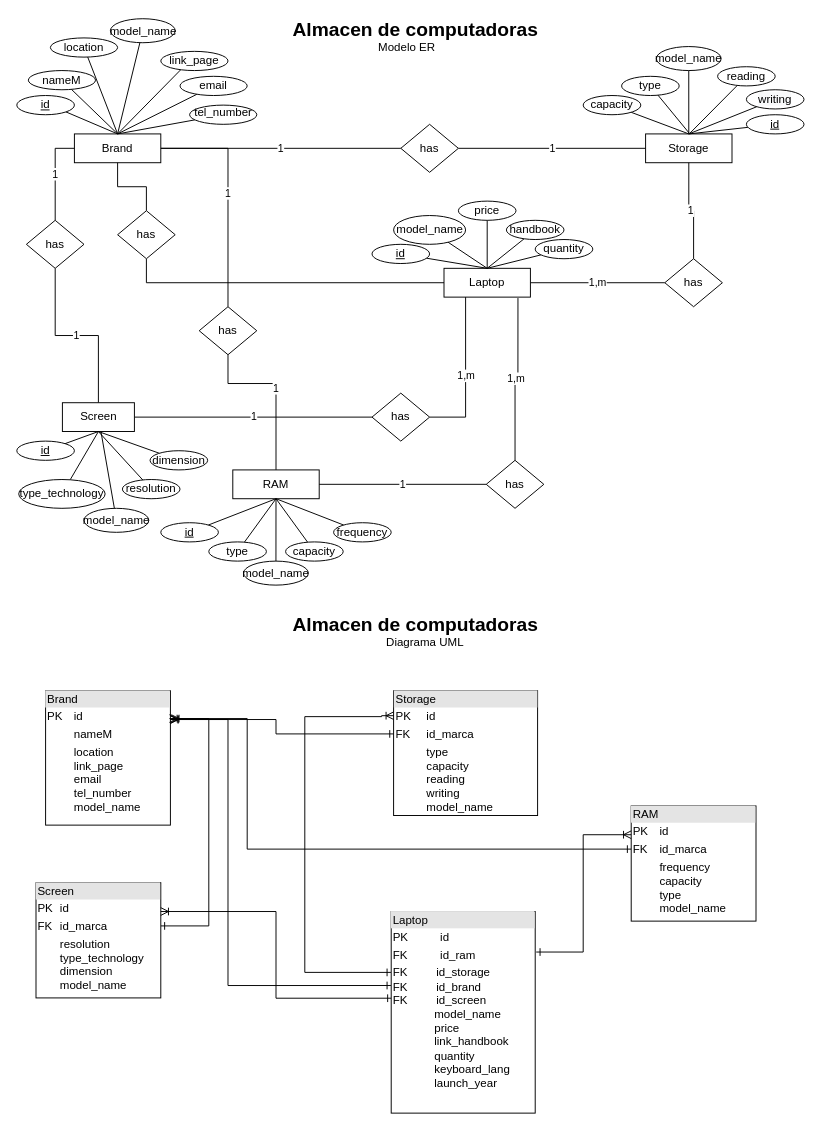
Earlier version of the draw.io diagram Diagrama.drawio (agchavez/DB_tarea_1). Source tidied: cells renumbered, new cells numbered last; positions are measured from the earlier drawing's top-left corner, leaving out a move shared by most shapes. Both pictures are drawn from the tidied source at 96%, with x=0, y=0 at pixel (16, 18).
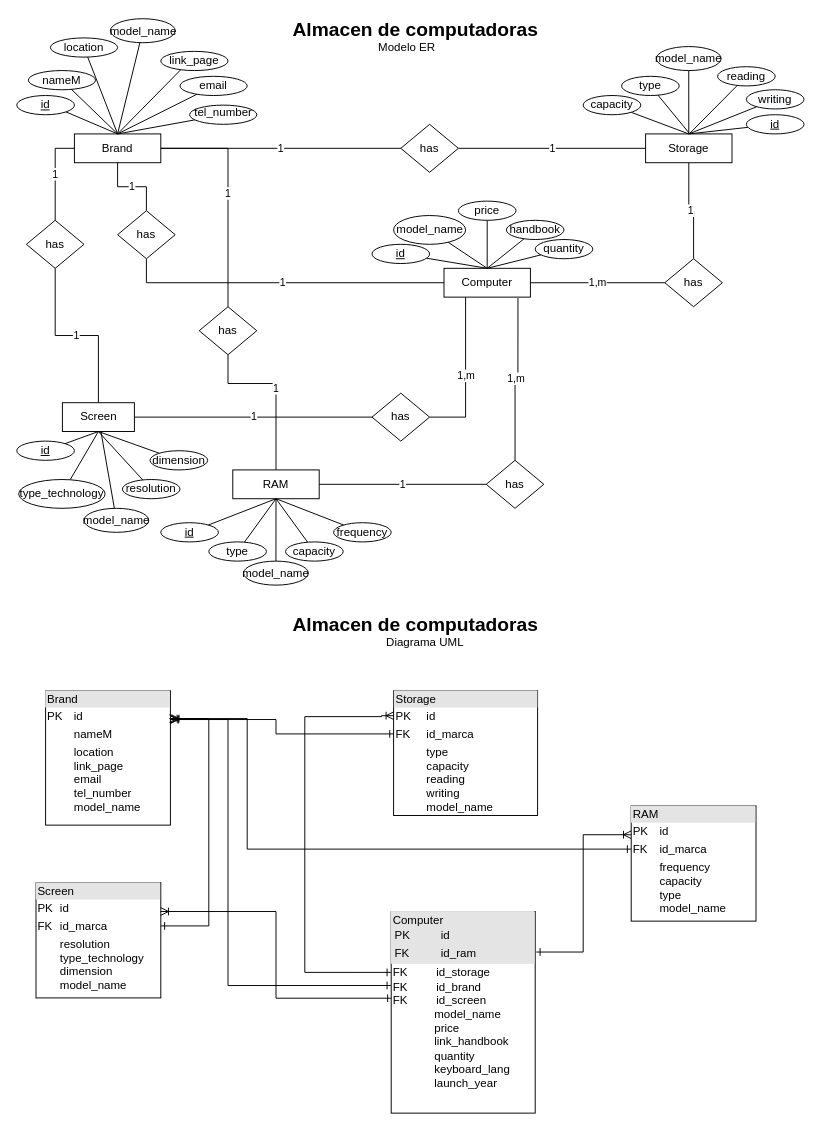
The same page after the edit.

Unchanged cells that the change refers to:
```xml
<mxCell id="5" value="Brand" style="rounded=0;whiteSpace=wrap;html=1;" parent="1" vertex="1">
  <mxGeometry x="60" y="120" width="90" height="30" as="geometry" />
</mxCell>
<mxCell id="19" value="has" style="rhombus;whiteSpace=wrap;html=1;" parent="1" vertex="1">
  <mxGeometry x="105" y="200" width="60" height="50" as="geometry" />
</mxCell>
```

Change to the diagram source:
```diff
@@
-    <mxCell id="12" style="edgeStyle=orthogonalEdgeStyle;rounded=0;jettySize=auto;html=1;entryX=0.5;entryY=1;entryDx=0;entryDy=0;endArrow=none;endFill=0;" parent="1" edge="1" source="15" target="19">
+    <mxCell id="12" value="1" style="edgeStyle=orthogonalEdgeStyle;rounded=0;jettySize=auto;html=1;entryX=0.5;entryY=1;entryDx=0;entryDy=0;endArrow=none;endFill=0;" parent="1" edge="1" source="15" target="19">
       <mxGeometry relative="1" as="geometry" />
     </mxCell>
@@
-    <mxCell id="15" value="Laptop" style="rounded=0;whiteSpace=wrap;html=1;" parent="1" vertex="1">
+    <mxCell id="15" value="Computer" style="rounded=0;whiteSpace=wrap;html=1;" parent="1" vertex="1">
       <mxGeometry x="445" y="260" width="90" height="30" as="geometry" />
     </mxCell>
@@
-    <mxCell id="18" style="edgeStyle=orthogonalEdgeStyle;rounded=0;jettySize=auto;html=1;entryX=0.5;entryY=1;entryDx=0;entryDy=0;endArrow=none;endFill=0;" parent="1" edge="1" source="19" target="5">
+    <mxCell id="18" value="1" style="edgeStyle=orthogonalEdgeStyle;rounded=0;jettySize=auto;html=1;entryX=0.5;entryY=1;entryDx=0;entryDy=0;endArrow=none;endFill=0;" parent="1" edge="1" source="19" target="5">
       <mxGeometry relative="1" as="geometry" />
     </mxCell>
@@
-    <mxCell id="47" value="&lt;div style=&quot;box-sizing: border-box ; width: 100% ; background: #e4e4e4 ; padding: 2px&quot;&gt;Laptop&lt;/div&gt;&lt;table style=&quot;width: 100% ; font-size: 1em&quot; cellpadding=&quot;2&quot; cellspacing=&quot;0&quot;&gt;&lt;tbody&gt;&lt;tr&gt;&lt;td&gt;PK&lt;/td&gt;&lt;td&gt;id&lt;/td&gt;&lt;/tr&gt;&lt;tr&gt;&lt;td&gt;FK&lt;/td&gt;&lt;td&gt;id_ram&lt;/td&gt;&lt;/tr&gt;&lt;/tbody&gt;&lt;/table&gt;&lt;table cellpadding=&quot;2&quot; cellspacing=&quot;0&quot; style=&quot;font-size: 1em ; width: 180px&quot;&gt;&lt;tbody&gt;&lt;tr&gt;&lt;td&gt;FK&amp;nbsp; &amp;nbsp; &amp;nbsp; &amp;nbsp; &amp;nbsp;id_storage&lt;br&gt;FK&amp;nbsp; &amp;nbsp; &amp;nbsp; &amp;nbsp; &amp;nbsp;id_brand&lt;br&gt;FK&amp;nbsp; &amp;nbsp; &amp;nbsp; &amp;nbsp; &amp;nbsp;id_screen&lt;br&gt;&amp;nbsp; &amp;nbsp; &amp;nbsp; &amp;nbsp; &amp;nbsp; &amp;nbsp; &amp;nbsp;model_name&amp;nbsp;&lt;br&gt;&amp;nbsp; &amp;nbsp; &amp;nbsp; &amp;nbsp; &amp;nbsp; &amp;nbsp; &amp;nbsp;price&lt;br&gt;&amp;nbsp; &amp;nbsp; &amp;nbsp; &amp;nbsp; &amp;nbsp; &amp;nbsp; &amp;nbsp;link_handbook&lt;br&gt;&amp;nbsp; &amp;nbsp; &amp;nbsp; &amp;nbsp; &amp;nbsp; &amp;nbsp; &amp;nbsp;quantity&lt;br&gt;&amp;nbsp; &amp;nbsp; &amp;nbsp; &amp;nbsp; &amp;nbsp; &amp;nbsp; &amp;nbsp;keyboard_lang&lt;br&gt;&amp;nbsp; &amp;nbsp; &amp;nbsp; &amp;nbsp; &amp;nbsp; &amp;nbsp; &amp;nbsp;launch_year&lt;br&gt;&amp;nbsp; &amp;nbsp; &amp;nbsp; &amp;nbsp; &amp;nbsp; &amp;nbsp; &amp;nbsp;&lt;br&gt;&lt;br&gt;&lt;br&gt;&amp;nbsp; &amp;nbsp; &amp;nbsp; &amp;nbsp; &amp;nbsp; &amp;nbsp; &amp;nbsp;&lt;br&gt;&lt;/td&gt;&lt;td&gt;&lt;br&gt;&lt;/td&gt;&lt;/tr&gt;&lt;/tbody&gt;&lt;/table&gt;" style="verticalAlign=top;align=left;overflow=fill;html=1;" parent="1" vertex="1">
+    <mxCell id="47" value="&lt;div style=&quot;box-sizing: border-box ; width: 100% ; background: #e4e4e4 ; padding: 2px&quot;&gt;Computer&lt;br&gt;&lt;table cellpadding=&quot;2&quot; cellspacing=&quot;0&quot; style=&quot;font-size: 1em ; width: 100%&quot;&gt;&lt;tbody&gt;&lt;tr&gt;&lt;td&gt;PK&lt;/td&gt;&lt;td&gt;id&lt;/td&gt;&lt;/tr&gt;&lt;tr&gt;&lt;td&gt;FK&lt;/td&gt;&lt;td&gt;id_ram&lt;/td&gt;&lt;/tr&gt;&lt;/tbody&gt;&lt;/table&gt;&lt;/div&gt;&lt;table cellpadding=&quot;2&quot; cellspacing=&quot;0&quot; style=&quot;font-size: 1em ; width: 180px&quot;&gt;&lt;tbody&gt;&lt;tr&gt;&lt;td&gt;FK&amp;nbsp; &amp;nbsp; &amp;nbsp; &amp;nbsp; &amp;nbsp;id_storage&lt;br&gt;FK&amp;nbsp; &amp;nbsp; &amp;nbsp; &amp;nbsp; &amp;nbsp;id_brand&lt;br&gt;FK&amp;nbsp; &amp;nbsp; &amp;nbsp; &amp;nbsp; &amp;nbsp;id_screen&lt;br&gt;&amp;nbsp; &amp;nbsp; &amp;nbsp; &amp;nbsp; &amp;nbsp; &amp;nbsp; &amp;nbsp;model_name&amp;nbsp;&lt;br&gt;&amp;nbsp; &amp;nbsp; &amp;nbsp; &amp;nbsp; &amp;nbsp; &amp;nbsp; &amp;nbsp;price&lt;br&gt;&amp;nbsp; &amp;nbsp; &amp;nbsp; &amp;nbsp; &amp;nbsp; &amp;nbsp; &amp;nbsp;link_handbook&lt;br&gt;&amp;nbsp; &amp;nbsp; &amp;nbsp; &amp;nbsp; &amp;nbsp; &amp;nbsp; &amp;nbsp;quantity&lt;br&gt;&amp;nbsp; &amp;nbsp; &amp;nbsp; &amp;nbsp; &amp;nbsp; &amp;nbsp; &amp;nbsp;keyboard_lang&lt;br&gt;&amp;nbsp; &amp;nbsp; &amp;nbsp; &amp;nbsp; &amp;nbsp; &amp;nbsp; &amp;nbsp;launch_year&lt;br&gt;&amp;nbsp; &amp;nbsp; &amp;nbsp; &amp;nbsp; &amp;nbsp; &amp;nbsp; &amp;nbsp;&lt;br&gt;&lt;br&gt;&lt;br&gt;&amp;nbsp; &amp;nbsp; &amp;nbsp; &amp;nbsp; &amp;nbsp; &amp;nbsp; &amp;nbsp;&lt;br&gt;&lt;/td&gt;&lt;td&gt;&lt;br&gt;&lt;/td&gt;&lt;/tr&gt;&lt;/tbody&gt;&lt;/table&gt;" style="verticalAlign=top;align=left;overflow=fill;html=1;" parent="1" vertex="1">
       <mxGeometry x="390" y="930" width="150" height="210" as="geometry" />
     </mxCell>
```
